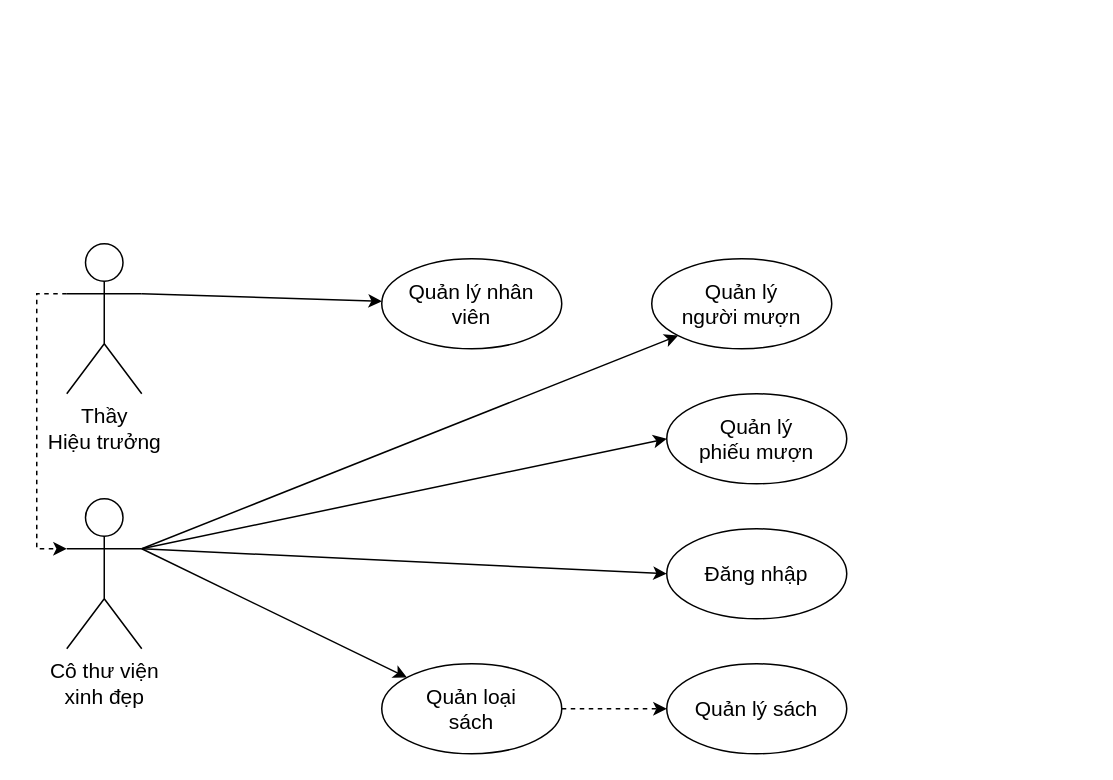
Above: page "Chức năng tổng quan" (1 of 2) of Untitled Diagram.drawio in Ho-Nguyen-Quoc/Du_An_1 (draw.io), before the change. Source tidied: cells renumbered, new cells numbered last; positions are measured from the earlier drawing's top-left corner, leaving out a move shared by most shapes. Both pictures are drawn from the tidied source at 150%, with x=0, y=0 at pixel (36, 243).
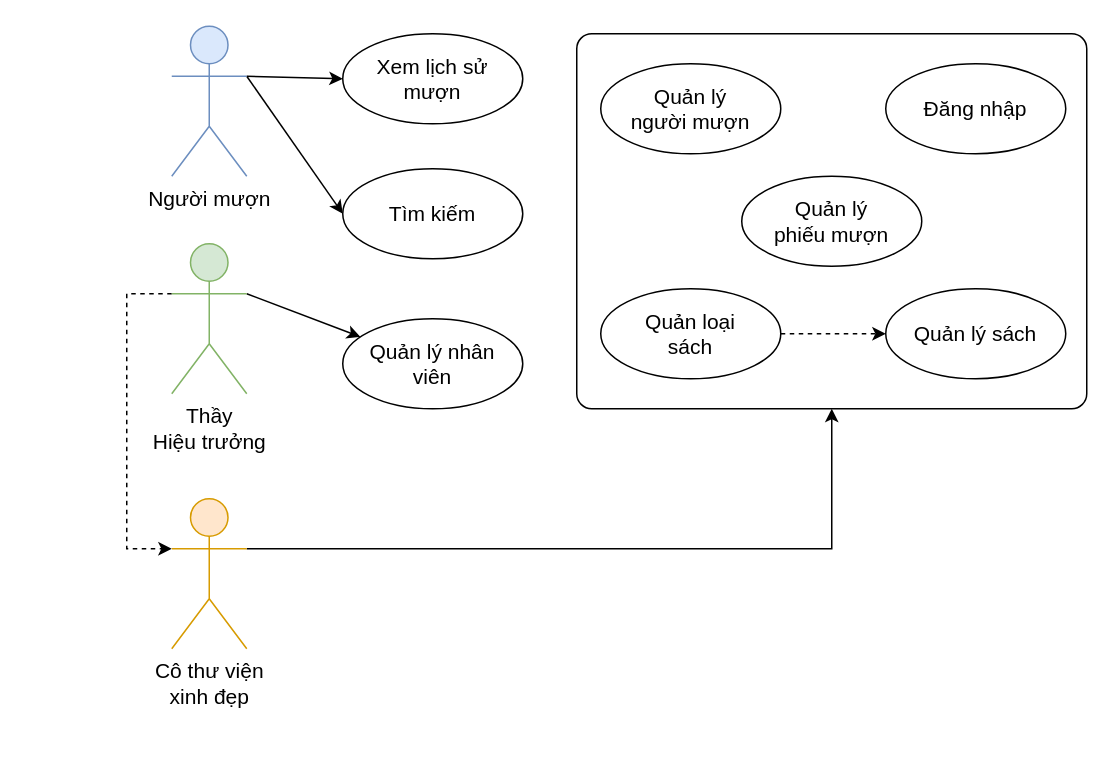
The same page after the edit.

Change to the diagram source:
```diff
@@
+    <mxCell id="17" style="rounded=1;whiteSpace=wrap;html=1;labelBackgroundColor=default;fontSize=14;fontColor=default;strokeColor=default;fillColor=default;arcSize=4;" parent="1" vertex="1">
+      <mxGeometry x="360" y="-140" width="340" height="250" as="geometry" />
+    </mxCell>
@@
     <mxCell id="3" value="&lt;font style=&quot;font-size: 14px&quot;&gt;Quản loại sách&lt;br&gt;&lt;/font&gt;" style="ellipse;whiteSpace=wrap;html=1;fillColor=default;strokeColor=default;fontColor=default;labelBackgroundColor=default;spacing=18;" parent="1" vertex="1">
-      <mxGeometry x="230" y="280" width="120" height="60" as="geometry" />
+      <mxGeometry x="376" y="30" width="120" height="60" as="geometry" />
     </mxCell>
     <mxCell id="4" value="&lt;font style=&quot;font-size: 14px&quot;&gt;Quản lý sách&lt;br&gt;&lt;/font&gt;" style="ellipse;whiteSpace=wrap;html=1;fillColor=default;strokeColor=default;fontColor=default;labelBackgroundColor=default;spacing=18;" parent="1" vertex="1">
-      <mxGeometry x="420" y="280" width="120" height="60" as="geometry" />
+      <mxGeometry x="566" y="30" width="120" height="60" as="geometry" />
     </mxCell>
     <mxCell id="5" value="&lt;font style=&quot;font-size: 14px&quot;&gt;Quản lý người mượn&lt;br&gt;&lt;/font&gt;" style="ellipse;whiteSpace=wrap;html=1;fillColor=default;strokeColor=default;fontColor=default;labelBackgroundColor=default;spacing=18;" parent="1" vertex="1">
-      <mxGeometry x="410" y="10" width="120" height="60" as="geometry" />
+      <mxGeometry x="376" y="-120" width="120" height="60" as="geometry" />
     </mxCell>
     <mxCell id="6" value="&lt;font style=&quot;font-size: 14px&quot;&gt;Quản lý phiếu mượn&lt;br&gt;&lt;/font&gt;" style="ellipse;whiteSpace=wrap;html=1;fillColor=default;strokeColor=default;fontColor=default;labelBackgroundColor=default;spacing=18;" parent="1" vertex="1">
-      <mxGeometry x="420" y="100" width="120" height="60" as="geometry" />
+      <mxGeometry x="470" y="-45" width="120" height="60" as="geometry" />
     </mxCell>
     <mxCell id="7" value="&lt;font style=&quot;font-size: 14px&quot;&gt;Quản lý nhân viên&lt;br&gt;&lt;/font&gt;" style="ellipse;whiteSpace=wrap;html=1;fillColor=default;strokeColor=default;fontColor=default;labelBackgroundColor=default;spacing=18;" parent="1" vertex="1">
-      <mxGeometry x="230" y="10" width="120" height="60" as="geometry" />
+      <mxGeometry x="204" y="50" width="120" height="60" as="geometry" />
     </mxCell>
     <mxCell id="8" value="&lt;font style=&quot;font-size: 14px&quot;&gt;Đăng nhập&lt;br&gt;&lt;/font&gt;" style="ellipse;whiteSpace=wrap;html=1;fillColor=default;strokeColor=default;fontColor=default;labelBackgroundColor=default;spacing=18;" parent="1" vertex="1">
-      <mxGeometry x="420" y="190" width="120" height="60" as="geometry" />
+      <mxGeometry x="566" y="-120" width="120" height="60" as="geometry" />
     </mxCell>
@@
     <mxCell id="10" style="edgeStyle=orthogonalEdgeStyle;rounded=0;jettySize=auto;html=1;entryX=0;entryY=0.3333333333333333;entryDx=0;entryDy=0;entryPerimeter=0;labelBackgroundColor=default;fontSize=14;fontColor=default;strokeColor=default;fillColor=default;exitX=0;exitY=0.3333333333333333;exitDx=0;exitDy=0;exitPerimeter=0;dashed=1;" parent="1" edge="1" source="11" target="16">
       <mxGeometry relative="1" as="geometry">
         <Array as="points">
-          <mxPoint y="33" />
-          <mxPoint y="203" />
+          <mxPoint x="60" y="33" />
+          <mxPoint x="60" y="203" />
         </Array>
       </mxGeometry>
     </mxCell>
-    <mxCell id="11" value="Thầy&lt;br&gt;Hiệu trưởng" style="shape=umlActor;verticalLabelPosition=bottom;verticalAlign=top;html=1;outlineConnect=0;labelBackgroundColor=default;fontSize=14;fontColor=default;strokeColor=default;fillColor=default;" parent="1" vertex="1">
-      <mxGeometry x="20" width="50" height="100" as="geometry" />
+    <mxCell id="11" value="Thầy&lt;br&gt;Hiệu trưởng" style="shape=umlActor;verticalLabelPosition=bottom;verticalAlign=top;html=1;outlineConnect=0;labelBackgroundColor=default;fontSize=14;strokeColor=#82b366;fillColor=#d5e8d4;fontColor=default;" parent="1" vertex="1">
+      <mxGeometry x="90" width="50" height="100" as="geometry" />
     </mxCell>
-    <mxCell id="12" style="edgeStyle=none;rounded=0;jettySize=auto;html=1;exitX=1;exitY=0.3333333333333333;exitDx=0;exitDy=0;exitPerimeter=0;entryX=0;entryY=1;entryDx=0;entryDy=0;labelBackgroundColor=default;fontSize=14;fontColor=default;strokeColor=default;fillColor=default;" parent="1" edge="1" source="16" target="5">
-      <mxGeometry relative="1" as="geometry" />
-    </mxCell>
-    <mxCell id="13" style="edgeStyle=none;rounded=0;jettySize=auto;html=1;exitX=1;exitY=0.3333333333333333;exitDx=0;exitDy=0;exitPerimeter=0;entryX=0;entryY=0.5;entryDx=0;entryDy=0;labelBackgroundColor=default;fontSize=14;fontColor=default;strokeColor=default;fillColor=default;" parent="1" edge="1" source="16" target="6">
-      <mxGeometry relative="1" as="geometry" />
-    </mxCell>
-    <mxCell id="14" style="edgeStyle=none;rounded=0;jettySize=auto;html=1;exitX=1;exitY=0.3333333333333333;exitDx=0;exitDy=0;exitPerimeter=0;entryX=0;entryY=0.5;entryDx=0;entryDy=0;labelBackgroundColor=default;fontSize=14;fontColor=default;strokeColor=default;fillColor=default;" parent="1" edge="1" source="16" target="8">
-      <mxGeometry relative="1" as="geometry" />
-    </mxCell>
-    <mxCell id="15" style="edgeStyle=none;rounded=0;jettySize=auto;html=1;exitX=1;exitY=0.3333333333333333;exitDx=0;exitDy=0;exitPerimeter=0;labelBackgroundColor=default;fontSize=14;fontColor=default;strokeColor=default;fillColor=default;" parent="1" edge="1" source="16" target="3">
-      <mxGeometry relative="1" as="geometry" />
-    </mxCell>
+    <mxCell id="18" style="edgeStyle=orthogonalEdgeStyle;rounded=0;jettySize=auto;html=1;exitX=1;exitY=0.3333333333333333;exitDx=0;exitDy=0;exitPerimeter=0;entryX=0.5;entryY=1;entryDx=0;entryDy=0;labelBackgroundColor=default;fontSize=14;fontColor=default;strokeColor=default;fillColor=default;" parent="1" edge="1" source="16" target="17">
+      <mxGeometry relative="1" as="geometry" />
+    </mxCell>
-    <mxCell id="16" value="Cô thư viện&lt;br&gt;xinh đẹp" style="shape=umlActor;verticalLabelPosition=bottom;verticalAlign=top;html=1;outlineConnect=0;labelBackgroundColor=default;fontSize=14;fontColor=default;strokeColor=default;fillColor=default;" parent="1" vertex="1">
-      <mxGeometry x="20" y="170" width="50" height="100" as="geometry" />
+    <mxCell id="16" value="Cô thư viện&lt;br&gt;xinh đẹp" style="shape=umlActor;verticalLabelPosition=bottom;verticalAlign=top;html=1;outlineConnect=0;labelBackgroundColor=default;fontSize=14;strokeColor=#d79b00;fillColor=#ffe6cc;fontColor=default;" parent="1" vertex="1">
+      <mxGeometry x="90" y="170" width="50" height="100" as="geometry" />
     </mxCell>
+    <mxCell id="19" style="edgeStyle=none;rounded=0;jettySize=auto;html=1;exitX=1;exitY=0.3333333333333333;exitDx=0;exitDy=0;exitPerimeter=0;entryX=0;entryY=0.5;entryDx=0;entryDy=0;labelBackgroundColor=default;fontSize=14;fontColor=default;strokeColor=default;fillColor=default;" parent="1" edge="1" source="21" target="23">
+      <mxGeometry relative="1" as="geometry" />
+    </mxCell>
+    <mxCell id="20" style="edgeStyle=none;rounded=0;jettySize=auto;html=1;exitX=1;exitY=0.3333333333333333;exitDx=0;exitDy=0;exitPerimeter=0;entryX=0;entryY=0.5;entryDx=0;entryDy=0;labelBackgroundColor=default;fontSize=14;fontColor=default;strokeColor=default;fillColor=default;" parent="1" edge="1" source="21" target="22">
+      <mxGeometry relative="1" as="geometry" />
+    </mxCell>
+    <mxCell id="21" value="Người mượn" style="shape=umlActor;verticalLabelPosition=bottom;verticalAlign=top;html=1;outlineConnect=0;labelBackgroundColor=default;fontSize=14;strokeColor=#6c8ebf;fillColor=#dae8fc;fontColor=default;" parent="1" vertex="1">
+      <mxGeometry x="90" y="-145" width="50" height="100" as="geometry" />
+    </mxCell>
+    <mxCell id="22" value="&lt;font style=&quot;font-size: 14px&quot;&gt;Tìm kiếm&lt;br&gt;&lt;/font&gt;" style="ellipse;whiteSpace=wrap;html=1;fillColor=default;strokeColor=default;fontColor=default;labelBackgroundColor=default;spacing=18;" parent="1" vertex="1">
+      <mxGeometry x="204" y="-50" width="120" height="60" as="geometry" />
+    </mxCell>
+    <mxCell id="23" value="&lt;font style=&quot;font-size: 14px&quot;&gt;Xem lịch sử mượn&lt;br&gt;&lt;/font&gt;" style="ellipse;whiteSpace=wrap;html=1;fillColor=default;strokeColor=default;fontColor=default;labelBackgroundColor=default;spacing=18;" parent="1" vertex="1">
+      <mxGeometry x="204" y="-140" width="120" height="60" as="geometry" />
+    </mxCell>
```
